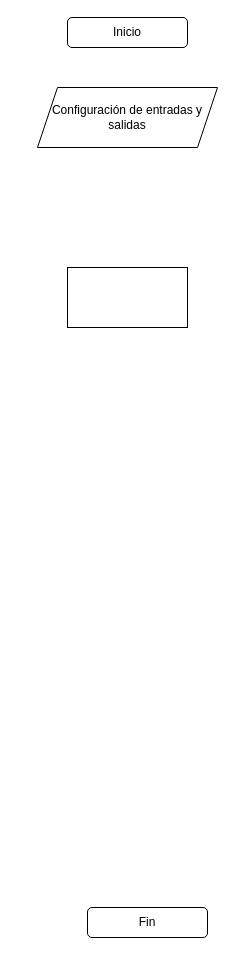
Before: Diagrama sin título.drawio in AstridFH/Prueba_01, a draw.io diagram. Source tidied: cells renumbered, new cells numbered last; positions are measured from the earlier drawing's top-left corner, leaving out a move shared by most shapes. Both pictures are drawn from the tidied source at 100%, with x=0, y=0 at pixel (37, 17).
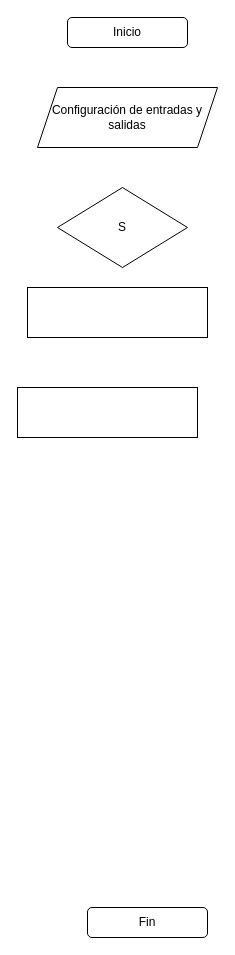
After the change.

The edit, as a diff of the source:
```diff
@@
 <mxGraphModel>
   <root>
     <mxCell id="0" />
     <mxCell id="1" parent="0" />
     <mxCell id="2" value="Inicio" style="rounded=1;whiteSpace=wrap;html=1;" parent="1" vertex="1">
       <mxGeometry x="30" width="120" height="30" as="geometry" />
     </mxCell>
     <mxCell id="3" value="Configuración de entradas y salidas" style="shape=parallelogram;perimeter=parallelogramPerimeter;whiteSpace=wrap;html=1;fixedSize=1;" parent="1" vertex="1">
       <mxGeometry y="70" width="180" height="60" as="geometry" />
     </mxCell>
     <mxCell id="4" value="Fin" style="rounded=1;whiteSpace=wrap;html=1;" parent="1" vertex="1">
       <mxGeometry x="50" y="890" width="120" height="30" as="geometry" />
     </mxCell>
     <mxCell id="5" style="rounded=0;whiteSpace=wrap;html=1;" parent="1" vertex="1">
-      <mxGeometry x="30" y="250" width="120" height="60" as="geometry" />
+      <mxGeometry x="-10" y="270" width="180" height="50" as="geometry" />
     </mxCell>
+    <mxCell id="6" style="rounded=0;whiteSpace=wrap;html=1;" parent="1" vertex="1">
+      <mxGeometry x="-20" y="370" width="180" height="50" as="geometry" />
+    </mxCell>
+    <mxCell id="7" value="S" style="rhombus;whiteSpace=wrap;html=1;" parent="1" vertex="1">
+      <mxGeometry x="20" y="170" width="130" height="80" as="geometry" />
+    </mxCell>
   </root>
 </mxGraphModel>
```
